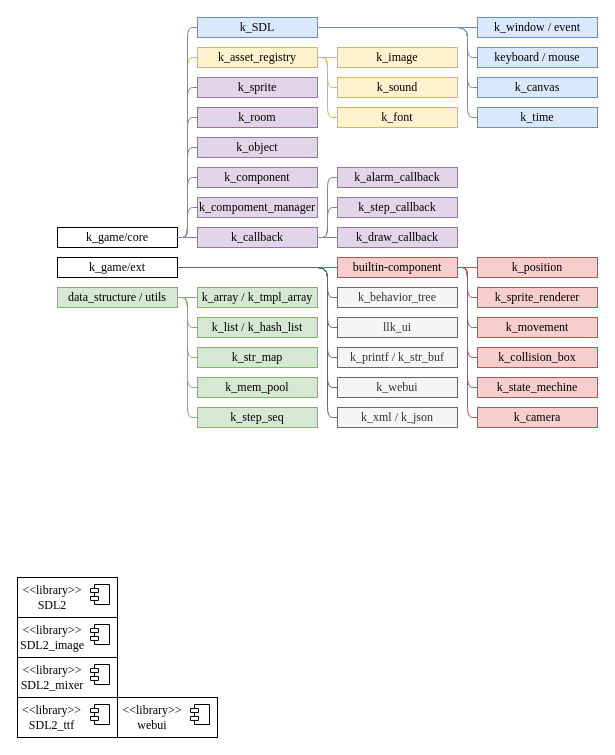
Earlier version of the draw.io diagram page "模块，思维导图" (1 of 11) of docs/drawio/k_game.drawio (szdxdxdx/k_game). Source tidied: cells renumbered, new cells numbered last; positions are measured from the earlier drawing's top-left corner, leaving out a move shared by most shapes. Both pictures are drawn from the tidied source at 100%, with x=0, y=0 at pixel (17, 17).
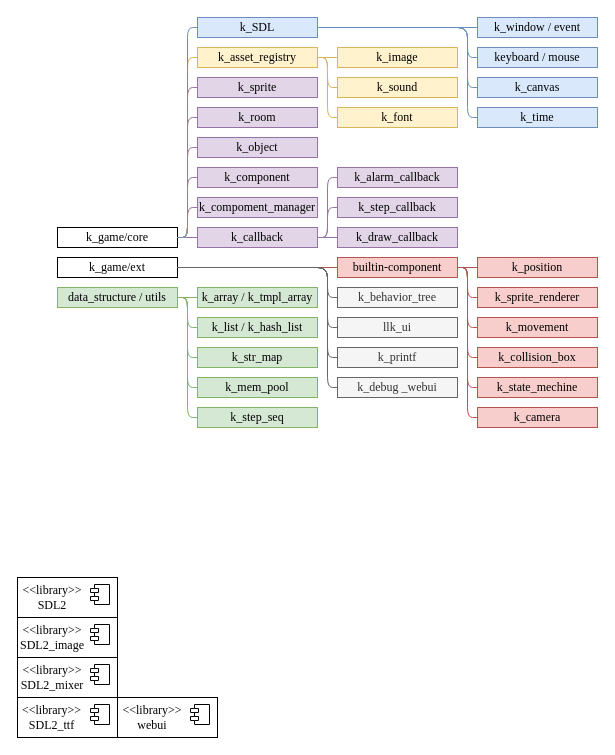
After the change.

Unchanged cells that the change refers to:
```xml
<mxCell id="12" value="k_game/ext" style="rounded=0;whiteSpace=wrap;html=1;fontFamily=Times New Roman;" parent="1" vertex="1">
  <mxGeometry x="40" y="240" width="120" height="20" as="geometry" />
</mxCell>
```

Diff of the diagram source:
```diff
@@
-    <mxCell id="13" value="k_webui" style="rounded=0;whiteSpace=wrap;html=1;fontFamily=Times New Roman;fillColor=#f5f5f5;fontColor=#333333;strokeColor=#666666;" parent="1" vertex="1">
+    <mxCell id="13" value="k_debug _webui" style="rounded=0;whiteSpace=wrap;html=1;fontFamily=Times New Roman;fillColor=#f5f5f5;fontColor=#333333;strokeColor=#666666;" parent="1" vertex="1">
       <mxGeometry x="320" y="360" width="120" height="20" as="geometry" />
     </mxCell>
@@
-    <mxCell id="31" value="k_printf / k_str_buf" style="rounded=0;whiteSpace=wrap;html=1;fontFamily=Times New Roman;fillColor=#f5f5f5;strokeColor=#666666;fontColor=#333333;" parent="1" vertex="1">
+    <mxCell id="31" value="k_printf" style="rounded=0;whiteSpace=wrap;html=1;fontFamily=Times New Roman;fillColor=#f5f5f5;strokeColor=#666666;fontColor=#333333;" parent="1" vertex="1">
       <mxGeometry x="320" y="330" width="120" height="20" as="geometry" />
     </mxCell>
-    <mxCell id="32" value="k_xml / k_json" style="rounded=0;whiteSpace=wrap;html=1;fontFamily=Times New Roman;fillColor=#f5f5f5;strokeColor=#666666;fontColor=#333333;" parent="1" vertex="1">
-      <mxGeometry x="320" y="390" width="120" height="20" as="geometry" />
-    </mxCell>
@@
-    <mxCell id="34" style="endArrow=none;html=1;rounded=1;edgeStyle=orthogonalEdgeStyle;fillColor=#f5f5f5;strokeColor=#666666;" parent="1" edge="1" source="12" target="32">
-      <mxGeometry relative="1" as="geometry">
-        <Array as="points">
-          <mxPoint x="310" y="250" />
-          <mxPoint x="310" y="400" />
-        </Array>
-      </mxGeometry>
-    </mxCell>
```
